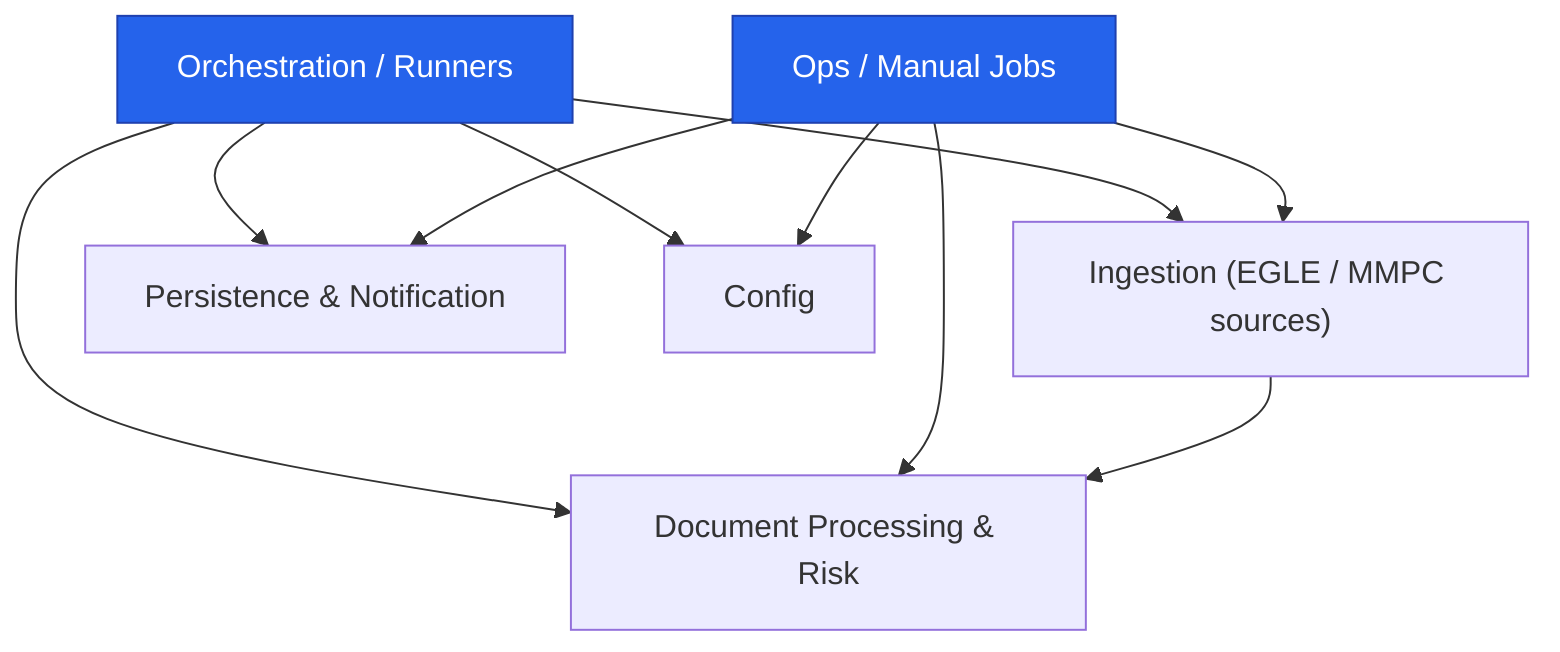
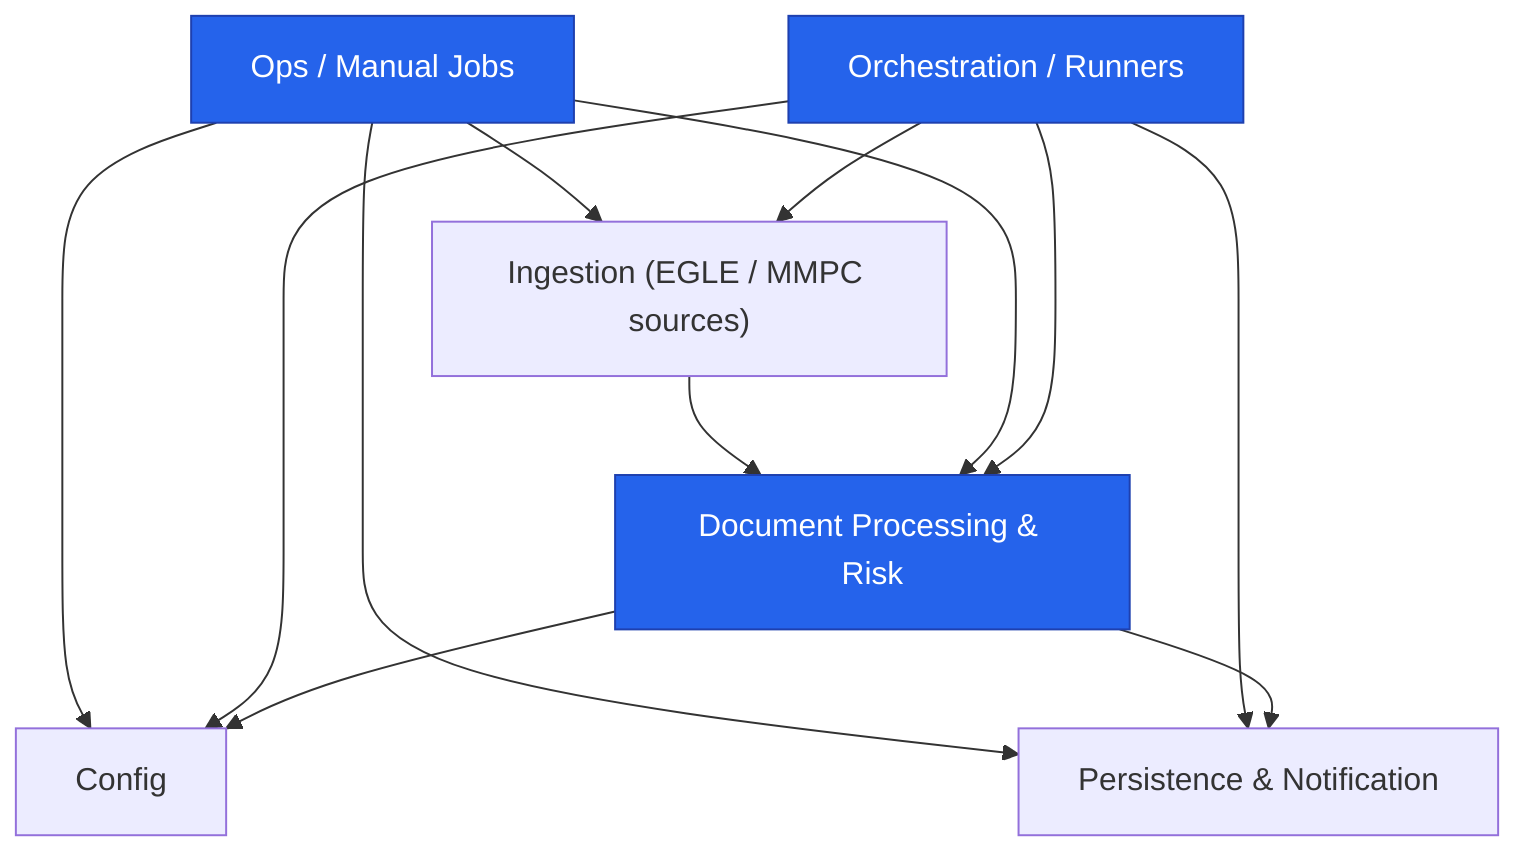
graph TD
  %% domain-level call graph — arbor-hills-monitor
  %% entry-point domains (scheduled/manual runners) highlighted
  dom_orchestration["Orchestration / Runners"]
  dom_ingestion["Ingestion (EGLE / MMPC sources)"]
  dom_processing["Document Processing & Risk"]
  dom_persistence["Persistence & Notification"]
  dom_config["Config"]
  dom_ops["Ops / Manual Jobs"]
  dom_ingestion --> dom_processing
  dom_ops --> dom_config
  dom_ops --> dom_ingestion
  dom_ops --> dom_persistence
  dom_ops --> dom_processing
  dom_orchestration --> dom_config
  dom_orchestration --> dom_ingestion
  dom_orchestration --> dom_persistence
  dom_orchestration --> dom_processing
+   dom_processing --> dom_config
+   dom_processing --> dom_persistence
+   style dom_ops fill:#2563eb,color:#fff,stroke:#1e40af
  style dom_orchestration fill:#2563eb,color:#fff,stroke:#1e40af
-   style dom_ops fill:#2563eb,color:#fff,stroke:#1e40af
+   style dom_processing fill:#2563eb,color:#fff,stroke:#1e40af
